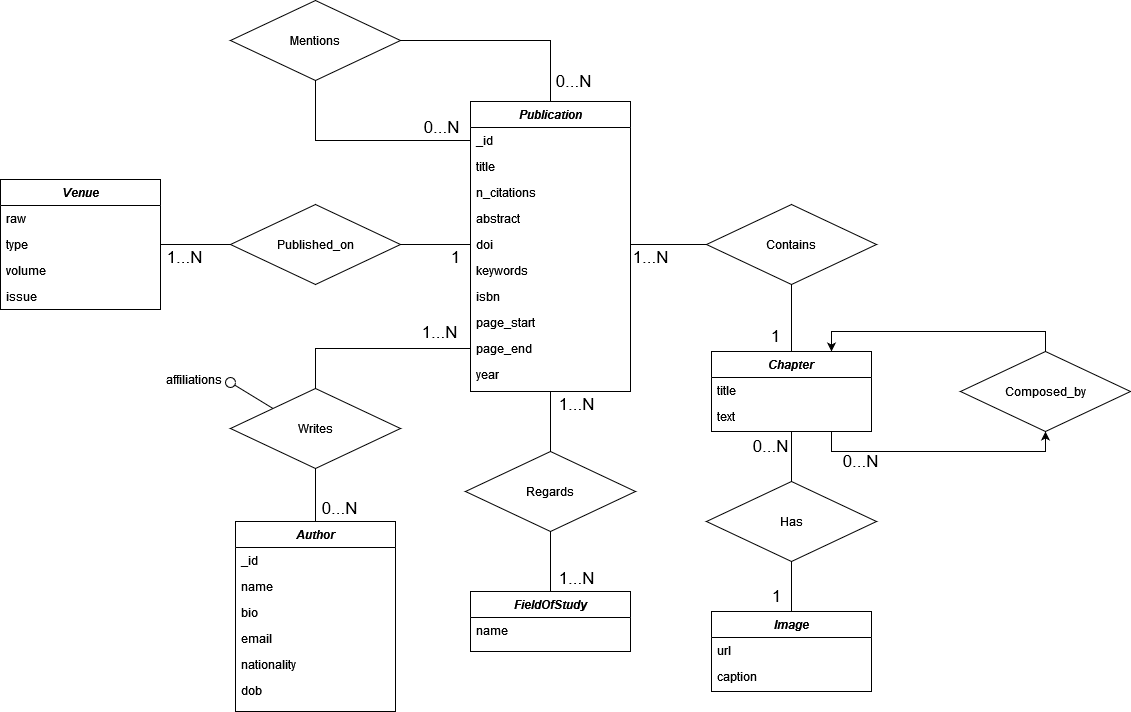
Earlier version of the draw.io export DocumentalDB/Images/ERDocDb.png (neekoo0/SMBUDproject22-23). Source tidied: cells renumbered, new cells last; positions are measured from the earlier drawing's top-left corner, leaving out a move shared by most shapes.
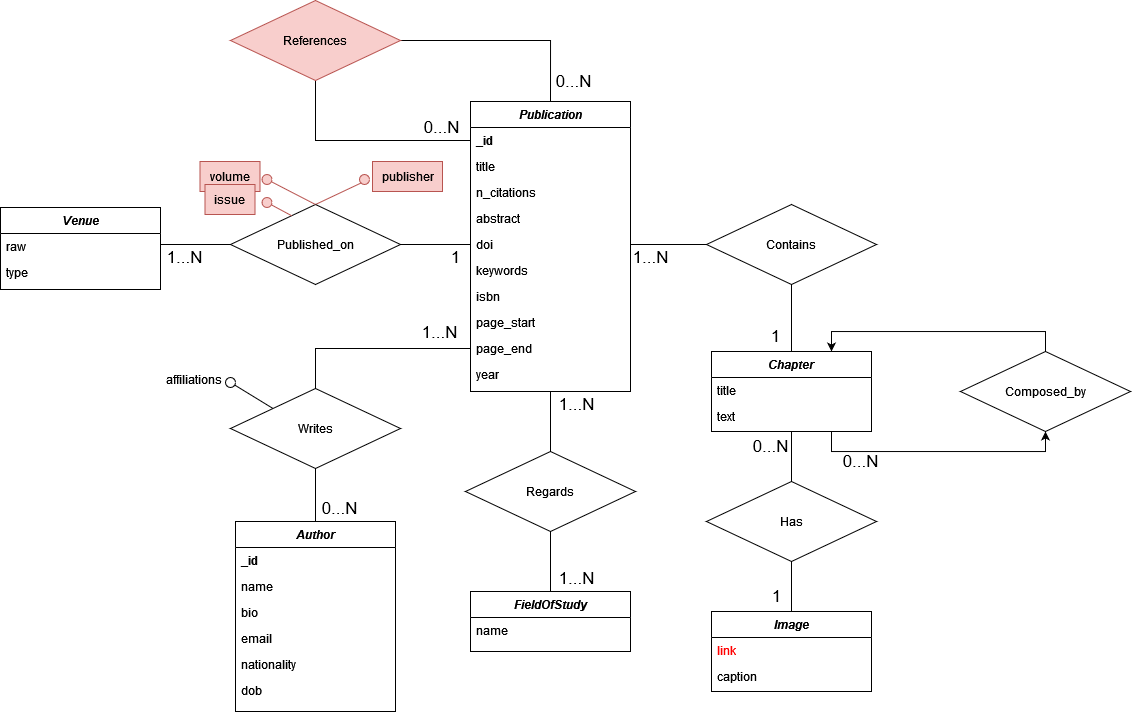
The same file after the commit.

Diff of the diagram source:
```diff
@@ -11,7 +11,7 @@
     <mxCell id="4" value="Publication" style="swimlane;fontStyle=3;align=center;verticalAlign=top;horizontal=1;startSize=26;rounded=0;shadow=0;strokeWidth=1;" parent="1" vertex="1">
       <mxGeometry x="470" y="101" width="160" height="290" as="geometry" />
     </mxCell>
-    <mxCell id="5" value="_id" style="text;align=left;verticalAlign=top;spacingLeft=4;spacingRight=4;overflow=hidden;points=[[0,0.5],[1,0.5]];portConstraint=eastwest;" parent="4" vertex="1">
+    <mxCell id="5" value="_id" style="text;align=left;verticalAlign=top;spacingLeft=4;spacingRight=4;overflow=hidden;points=[[0,0.5],[1,0.5]];portConstraint=eastwest;fontStyle=1;" parent="4" vertex="1">
       <mxGeometry y="26" width="160" height="26" as="geometry" />
     </mxCell>
     <mxCell id="6" value="title" style="text;align=left;verticalAlign=top;spacingLeft=4;spacingRight=4;overflow=hidden;rounded=0;shadow=0;html=0;" parent="4" vertex="1">
@@ -44,7 +44,7 @@
     <mxCell id="15" value="Author" style="swimlane;fontStyle=3;align=center;verticalAlign=top;horizontal=1;startSize=26;rounded=0;shadow=0;strokeWidth=1;" parent="1" vertex="1">
       <mxGeometry x="235" y="521" width="160" height="190" as="geometry" />
     </mxCell>
-    <mxCell id="16" value="_id" style="text;align=left;verticalAlign=top;spacingLeft=4;spacingRight=4;overflow=hidden;" parent="15" vertex="1">
+    <mxCell id="16" value="_id" style="text;align=left;verticalAlign=top;spacingLeft=4;spacingRight=4;overflow=hidden;fontStyle=1;" parent="15" vertex="1">
       <mxGeometry y="26" width="160" height="26" as="geometry" />
     </mxCell>
     <mxCell id="17" value="name" style="text;align=left;verticalAlign=top;spacingLeft=4;spacingRight=4;overflow=hidden;rounded=0;shadow=0;html=0;" parent="15" vertex="1">
@@ -89,30 +89,29 @@
     <mxCell id="30" value="Image" style="swimlane;fontStyle=3;align=center;verticalAlign=top;horizontal=1;startSize=26;rounded=0;shadow=0;strokeWidth=1;" parent="1" vertex="1">
       <mxGeometry x="711" y="611" width="160" height="80" as="geometry" />
     </mxCell>
-    <mxCell id="31" value="url" style="text;align=left;verticalAlign=top;spacingLeft=4;spacingRight=4;overflow=hidden;" parent="30" vertex="1">
+    <mxCell id="31" value="link" style="text;align=left;verticalAlign=top;spacingLeft=4;spacingRight=4;overflow=hidden;fontColor=#FF0000;" parent="30" vertex="1">
       <mxGeometry y="26" width="160" height="26" as="geometry" />
     </mxCell>
     <mxCell id="32" value="caption" style="text;align=left;verticalAlign=top;spacingLeft=4;spacingRight=4;overflow=hidden;rounded=0;shadow=0;html=0;" parent="30" vertex="1">
       <mxGeometry y="52" width="160" height="26" as="geometry" />
     </mxCell>
     <mxCell id="33" value="Venue" style="swimlane;fontStyle=3;align=center;verticalAlign=top;horizontal=1;startSize=26;rounded=0;shadow=0;strokeWidth=1;" parent="1" vertex="1">
-      <mxGeometry y="179" width="160" height="130" as="geometry" />
+      <mxGeometry y="207" width="160" height="82" as="geometry" />
     </mxCell>
-    <mxCell id="34" value="raw" style="text;align=left;verticalAlign=top;spacingLeft=4;spacingRight=4;overflow=hidden;" parent="33" vertex="1">
+    <mxCell id="34" value="raw" style="text;align=left;verticalAlign=top;spacingLeft=4;spacingRight=4;overflow=hidden;fontStyle=0;" parent="33" vertex="1">
       <mxGeometry y="26" width="160" height="26" as="geometry" />
     </mxCell>
     <mxCell id="35" value="type" style="text;align=left;verticalAlign=top;spacingLeft=4;spacingRight=4;overflow=hidden;points=[[0,0.5],[1,0.5]];portConstraint=eastwest;rounded=0;shadow=0;html=0;" parent="33" vertex="1">
       <mxGeometry y="52" width="160" height="26" as="geometry" />
     </mxCell>
-    <mxCell id="36" value="volume" style="text;align=left;verticalAlign=top;spacingLeft=4;spacingRight=4;overflow=hidden;rounded=0;shadow=0;html=0;" parent="33" vertex="1">
-      <mxGeometry y="78" width="160" height="26" as="geometry" />
-    </mxCell>
-    <mxCell id="37" value="issue" style="text;align=left;verticalAlign=top;spacingLeft=4;spacingRight=4;overflow=hidden;rounded=0;shadow=0;html=0;" parent="33" vertex="1">
-      <mxGeometry y="104" width="160" height="26" as="geometry" />
-    </mxCell>
-    <mxCell id="38" style="edgeStyle=orthogonalEdgeStyle;rounded=0;jettySize=auto;html=1;exitX=0;exitY=0.5;exitDx=0;exitDy=0;entryX=1;entryY=0.5;entryDx=0;entryDy=0;endArrow=none;endFill=0;" parent="1" edge="1" source="39" target="35">
-      <mxGeometry relative="1" as="geometry" />
+    <mxCell id="38" style="edgeStyle=orthogonalEdgeStyle;rounded=0;jettySize=auto;html=1;exitX=0;exitY=0.5;exitDx=0;exitDy=0;endArrow=none;endFill=0;" parent="1" edge="1" source="39">
+      <mxGeometry relative="1" as="geometry">
+        <mxPoint x="160" y="244" as="targetPoint" />
+      </mxGeometry>
     </mxCell>
+    <mxCell id="71" style="rounded=0;jettySize=auto;html=1;exitX=0.5;exitY=0;exitDx=0;exitDy=0;entryX=0;entryY=1;entryDx=0;entryDy=0;fontColor=#FF0000;endArrow=none;endFill=0;fillColor=#f8cecc;strokeColor=#b85450;" parent="1" edge="1" source="39" target="78">
+      <mxGeometry relative="1" as="geometry" />
+    </mxCell>
     <mxCell id="39" value="Published_on" style="rhombus;whiteSpace=wrap;html=1;" parent="1" vertex="1">
       <mxGeometry x="230" y="204" width="170" height="80" as="geometry" />
     </mxCell>
@@ -122,7 +121,7 @@
     <mxCell id="41" style="edgeStyle=orthogonalEdgeStyle;rounded=0;jettySize=auto;html=1;exitX=0.5;exitY=1;exitDx=0;exitDy=0;entryX=0;entryY=0.5;entryDx=0;entryDy=0;endArrow=none;endFill=0;" parent="1" edge="1" source="42" target="5">
       <mxGeometry relative="1" as="geometry" />
     </mxCell>
-    <mxCell id="42" value="Mentions" style="rhombus;whiteSpace=wrap;html=1;" parent="1" vertex="1">
+    <mxCell id="42" value="References" style="rhombus;whiteSpace=wrap;html=1;fillColor=#f8cecc;strokeColor=#b85450;" parent="1" vertex="1">
       <mxGeometry x="230" width="170" height="80" as="geometry" />
     </mxCell>
     <mxCell id="43" style="edgeStyle=orthogonalEdgeStyle;rounded=0;jettySize=auto;html=1;exitX=0.5;exitY=1;exitDx=0;exitDy=0;entryX=0.5;entryY=0;entryDx=0;entryDy=0;endArrow=none;endFill=0;" parent="1" edge="1" source="45" target="15">
@@ -211,5 +210,39 @@
     <mxCell id="70" value="affiliations" style="text;html=1;align=center;verticalAlign=middle;strokeColor=none;fillColor=none;" parent="1" vertex="1">
       <mxGeometry x="153" y="364" width="80" height="30" as="geometry" />
     </mxCell>
+    <mxCell id="72" style="rounded=0;jettySize=auto;html=1;exitX=0;exitY=0;exitDx=0;exitDy=0;endArrow=none;endFill=0;startArrow=none;fillColor=#f8cecc;strokeColor=#b85450;" parent="1" edge="1" source="73">
+      <mxGeometry relative="1" as="geometry">
+        <mxPoint x="266.5" y="178" as="targetPoint" />
+      </mxGeometry>
+    </mxCell>
+    <mxCell id="73" style="ellipse;whiteSpace=wrap;html=1;fillColor=#f8cecc;strokeColor=#b85450;" parent="1" vertex="1">
+      <mxGeometry x="261.5" y="174" width="10" height="10" as="geometry" />
+    </mxCell>
+    <mxCell id="74" style="rounded=0;jettySize=auto;html=1;exitX=0.5;exitY=0;exitDx=0;exitDy=0;endArrow=none;endFill=0;fillColor=#f8cecc;strokeColor=#b85450;" parent="1" edge="1" source="39" target="73">
+      <mxGeometry relative="1" as="geometry" />
+    </mxCell>
+    <mxCell id="36" value="volume" style="text;html=1;align=center;verticalAlign=middle;strokeColor=#b85450;fillColor=#f8cecc;" parent="1" vertex="1">
+      <mxGeometry x="199.5" y="161" width="60" height="30" as="geometry" />
+    </mxCell>
+    <mxCell id="75" style="rounded=0;jettySize=auto;html=1;exitX=0;exitY=0;exitDx=0;exitDy=0;endArrow=none;endFill=0;startArrow=none;fillColor=#f8cecc;strokeColor=#b85450;" parent="1" edge="1" source="76">
+      <mxGeometry relative="1" as="geometry">
+        <mxPoint x="266.5" y="201" as="targetPoint" />
+      </mxGeometry>
+    </mxCell>
+    <mxCell id="76" style="ellipse;whiteSpace=wrap;html=1;fillColor=#f8cecc;strokeColor=#b85450;" parent="1" vertex="1">
+      <mxGeometry x="261.5" y="197" width="10" height="10" as="geometry" />
+    </mxCell>
+    <mxCell id="77" style="rounded=0;jettySize=auto;html=1;exitX=0.362;exitY=0.143;exitDx=0;exitDy=0;endArrow=none;endFill=0;exitPerimeter=0;fillColor=#f8cecc;strokeColor=#b85450;" parent="1" edge="1" source="39" target="76">
+      <mxGeometry relative="1" as="geometry" />
+    </mxCell>
+    <mxCell id="37" value="issue" style="text;html=1;align=center;verticalAlign=middle;strokeColor=#b85450;fillColor=#f8cecc;" parent="1" vertex="1">
+      <mxGeometry x="204.5" y="184" width="50" height="30" as="geometry" />
+    </mxCell>
+    <mxCell id="78" style="ellipse;whiteSpace=wrap;html=1;fillColor=#f8cecc;strokeColor=#b85450;" parent="1" vertex="1">
+      <mxGeometry x="359" y="174" width="10" height="10" as="geometry" />
+    </mxCell>
+    <mxCell id="79" value="publisher" style="text;html=1;align=center;verticalAlign=middle;strokeColor=#b85450;fillColor=#f8cecc;" parent="1" vertex="1">
+      <mxGeometry x="372" y="161" width="70" height="30" as="geometry" />
+    </mxCell>
   </root>
 </mxGraphModel>
```
